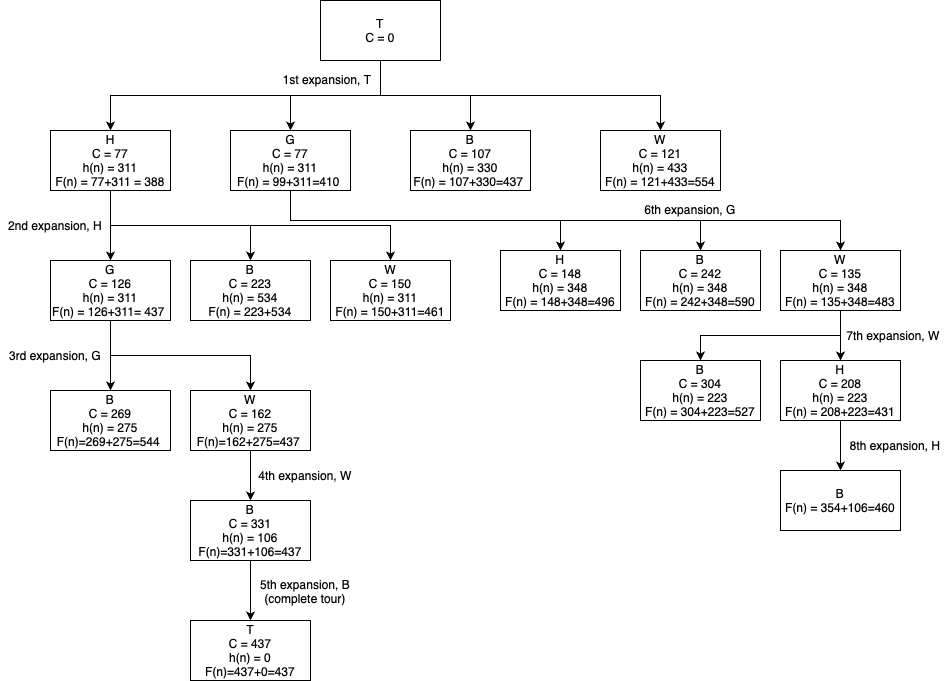
This is CS486-AI/Assignments/Assignment1/submission/diagrams/Assignment2Qe.png from sngamos/UWaterloo_Winter, a draw.io export, as it was before one commit. Source tidied: cells renumbered, new cells last; positions are measured from the earlier drawing's top-left corner, leaving out a move shared by most shapes. The source it was exported from:
```xml
<mxGraphModel>
  <root>
    <mxCell id="0" />
    <mxCell id="1" parent="0" />
    <mxCell id="2" style="edgeStyle=orthogonalEdgeStyle;rounded=0;jettySize=auto;html=1;exitX=0.5;exitY=1;exitDx=0;exitDy=0;entryX=0.5;entryY=0;entryDx=0;entryDy=0;" parent="1" edge="1" source="6" target="10">
      <mxGeometry relative="1" as="geometry" />
    </mxCell>
    <mxCell id="3" style="edgeStyle=orthogonalEdgeStyle;rounded=0;jettySize=auto;html=1;exitX=0.5;exitY=1;exitDx=0;exitDy=0;entryX=0.5;entryY=0;entryDx=0;entryDy=0;" parent="1" edge="1" source="6" target="14">
      <mxGeometry relative="1" as="geometry" />
    </mxCell>
    <mxCell id="4" style="edgeStyle=orthogonalEdgeStyle;rounded=0;jettySize=auto;html=1;exitX=0.5;exitY=1;exitDx=0;exitDy=0;" parent="1" edge="1" source="6" target="15">
      <mxGeometry relative="1" as="geometry" />
    </mxCell>
    <mxCell id="5" style="edgeStyle=orthogonalEdgeStyle;rounded=0;jettySize=auto;html=1;exitX=0.5;exitY=1;exitDx=0;exitDy=0;entryX=0.5;entryY=0;entryDx=0;entryDy=0;" parent="1" edge="1" source="6" target="16">
      <mxGeometry relative="1" as="geometry" />
    </mxCell>
    <mxCell id="6" value="T&lt;div&gt;C = 0&lt;/div&gt;" style="rounded=0;whiteSpace=wrap;html=1;" parent="1" vertex="1">
      <mxGeometry x="320" width="120" height="60" as="geometry" />
    </mxCell>
    <mxCell id="7" style="edgeStyle=orthogonalEdgeStyle;rounded=0;jettySize=auto;html=1;exitX=0.5;exitY=1;exitDx=0;exitDy=0;" parent="1" edge="1" source="10" target="20">
      <mxGeometry relative="1" as="geometry" />
    </mxCell>
    <mxCell id="8" style="edgeStyle=orthogonalEdgeStyle;rounded=0;jettySize=auto;html=1;exitX=0.5;exitY=1;exitDx=0;exitDy=0;" parent="1" edge="1" source="10" target="21">
      <mxGeometry relative="1" as="geometry" />
    </mxCell>
    <mxCell id="9" style="edgeStyle=orthogonalEdgeStyle;rounded=0;jettySize=auto;html=1;exitX=0.5;exitY=1;exitDx=0;exitDy=0;" parent="1" edge="1" source="10" target="22">
      <mxGeometry relative="1" as="geometry" />
    </mxCell>
    <mxCell id="10" value="H&lt;div&gt;C = 77&lt;/div&gt;&lt;div&gt;h(n) = 311&lt;br&gt;&lt;div&gt;F(n) = 77+311 = 388&lt;/div&gt;&lt;/div&gt;" style="rounded=0;whiteSpace=wrap;html=1;" parent="1" vertex="1">
      <mxGeometry x="50" y="130" width="120" height="60" as="geometry" />
    </mxCell>
    <mxCell id="11" style="edgeStyle=orthogonalEdgeStyle;rounded=0;jettySize=auto;html=1;exitX=0.5;exitY=1;exitDx=0;exitDy=0;entryX=0.5;entryY=0;entryDx=0;entryDy=0;" parent="1" edge="1" source="14" target="33">
      <mxGeometry relative="1" as="geometry" />
    </mxCell>
    <mxCell id="12" style="edgeStyle=orthogonalEdgeStyle;rounded=0;jettySize=auto;html=1;exitX=0.5;exitY=1;exitDx=0;exitDy=0;entryX=0.5;entryY=0;entryDx=0;entryDy=0;" parent="1" edge="1" source="14" target="35">
      <mxGeometry relative="1" as="geometry" />
    </mxCell>
    <mxCell id="13" style="edgeStyle=orthogonalEdgeStyle;rounded=0;jettySize=auto;html=1;exitX=0.5;exitY=1;exitDx=0;exitDy=0;entryX=0.5;entryY=0;entryDx=0;entryDy=0;" parent="1" edge="1" source="14" target="38">
      <mxGeometry relative="1" as="geometry" />
    </mxCell>
    <mxCell id="14" value="G&lt;div&gt;C = 77&lt;/div&gt;&lt;div&gt;h(n) = 311&lt;br&gt;&lt;div&gt;F(n) = 99+311=410&amp;nbsp;&lt;/div&gt;&lt;/div&gt;" style="rounded=0;whiteSpace=wrap;html=1;" parent="1" vertex="1">
      <mxGeometry x="230" y="130" width="120" height="60" as="geometry" />
    </mxCell>
    <mxCell id="15" value="B&lt;div&gt;C = 107&lt;/div&gt;&lt;div&gt;h(n) = 330&lt;br&gt;&lt;div&gt;F(n) = 107+330=437&amp;nbsp;&lt;/div&gt;&lt;/div&gt;" style="rounded=0;whiteSpace=wrap;html=1;" parent="1" vertex="1">
      <mxGeometry x="410" y="130" width="120" height="60" as="geometry" />
    </mxCell>
    <mxCell id="16" value="W&lt;div&gt;C = 121&lt;/div&gt;&lt;div&gt;h(n) = 433&lt;br&gt;&lt;div&gt;F(n) = 121+433=554&lt;/div&gt;&lt;/div&gt;" style="rounded=0;whiteSpace=wrap;html=1;" parent="1" vertex="1">
      <mxGeometry x="600" y="130" width="120" height="60" as="geometry" />
    </mxCell>
    <mxCell id="17" value="1st expansion, T" style="text;html=1;align=center;verticalAlign=middle;whiteSpace=wrap;rounded=0;" parent="1" vertex="1">
      <mxGeometry x="272" y="64" width="110" height="30" as="geometry" />
    </mxCell>
    <mxCell id="18" style="edgeStyle=orthogonalEdgeStyle;rounded=0;jettySize=auto;html=1;exitX=0.5;exitY=1;exitDx=0;exitDy=0;entryX=0.5;entryY=0;entryDx=0;entryDy=0;" parent="1" edge="1" source="20" target="24">
      <mxGeometry relative="1" as="geometry" />
    </mxCell>
    <mxCell id="19" style="edgeStyle=orthogonalEdgeStyle;rounded=0;jettySize=auto;html=1;exitX=0.5;exitY=1;exitDx=0;exitDy=0;" parent="1" edge="1" source="20" target="27">
      <mxGeometry relative="1" as="geometry" />
    </mxCell>
    <mxCell id="20" value="G&lt;div&gt;C = 126&lt;/div&gt;&lt;div&gt;h(n) = 311&lt;br&gt;&lt;div&gt;F(n) = 126+311&lt;span style=&quot;white-space: pre;&quot;&gt;= 437 &lt;/span&gt;&lt;/div&gt;&lt;/div&gt;" style="rounded=0;whiteSpace=wrap;html=1;" parent="1" vertex="1">
      <mxGeometry x="50" y="260" width="120" height="60" as="geometry" />
    </mxCell>
    <mxCell id="21" value="B&lt;div&gt;C = 223&lt;/div&gt;&lt;div&gt;h(n) = 534&lt;br&gt;&lt;div&gt;F(n) = 223+534&lt;/div&gt;&lt;/div&gt;" style="rounded=0;whiteSpace=wrap;html=1;" parent="1" vertex="1">
      <mxGeometry x="190" y="260" width="120" height="60" as="geometry" />
    </mxCell>
    <mxCell id="22" value="W&lt;div&gt;C = 150&lt;/div&gt;&lt;div&gt;h(n) = 311&lt;br&gt;&lt;div&gt;F(n) = 150+311=461&lt;/div&gt;&lt;/div&gt;" style="rounded=0;whiteSpace=wrap;html=1;" parent="1" vertex="1">
      <mxGeometry x="330" y="260" width="120" height="60" as="geometry" />
    </mxCell>
    <mxCell id="23" value="2nd expansion, H" style="text;html=1;align=center;verticalAlign=middle;whiteSpace=wrap;rounded=0;" parent="1" vertex="1">
      <mxGeometry y="210" width="110" height="30" as="geometry" />
    </mxCell>
    <mxCell id="24" value="B&lt;div&gt;C = 269&lt;/div&gt;&lt;div&gt;h(n) = 275&lt;br&gt;&lt;div&gt;F(n)=269+275=544&amp;nbsp;&lt;/div&gt;&lt;/div&gt;" style="rounded=0;whiteSpace=wrap;html=1;" parent="1" vertex="1">
      <mxGeometry x="50" y="390" width="120" height="60" as="geometry" />
    </mxCell>
    <mxCell id="25" value="3rd expansion, G" style="text;html=1;align=center;verticalAlign=middle;whiteSpace=wrap;rounded=0;" parent="1" vertex="1">
      <mxGeometry y="340" width="110" height="30" as="geometry" />
    </mxCell>
    <mxCell id="26" style="edgeStyle=orthogonalEdgeStyle;rounded=0;jettySize=auto;html=1;exitX=0.5;exitY=1;exitDx=0;exitDy=0;entryX=0.5;entryY=0;entryDx=0;entryDy=0;" parent="1" edge="1" source="27" target="29">
      <mxGeometry relative="1" as="geometry" />
    </mxCell>
    <mxCell id="27" value="W&lt;div&gt;C = 162&lt;/div&gt;&lt;div&gt;h(n) = 275&lt;br&gt;&lt;div&gt;F(n)=162+275=437&amp;nbsp;&lt;/div&gt;&lt;/div&gt;" style="rounded=0;whiteSpace=wrap;html=1;" parent="1" vertex="1">
      <mxGeometry x="190" y="390" width="120" height="60" as="geometry" />
    </mxCell>
    <mxCell id="28" style="edgeStyle=orthogonalEdgeStyle;rounded=0;jettySize=auto;html=1;exitX=0.5;exitY=1;exitDx=0;exitDy=0;entryX=0.5;entryY=0;entryDx=0;entryDy=0;" parent="1" edge="1" source="29" target="31">
      <mxGeometry relative="1" as="geometry" />
    </mxCell>
    <mxCell id="29" value="B&lt;div&gt;C = 331&lt;/div&gt;&lt;div&gt;h(n) = 106&lt;br&gt;&lt;/div&gt;&lt;div&gt;&lt;div&gt;F(n)=331+106=437&lt;/div&gt;&lt;/div&gt;" style="rounded=0;whiteSpace=wrap;html=1;" parent="1" vertex="1">
      <mxGeometry x="190" y="500" width="120" height="60" as="geometry" />
    </mxCell>
    <mxCell id="30" value="4th expansion, W" style="text;html=1;align=center;verticalAlign=middle;whiteSpace=wrap;rounded=0;" parent="1" vertex="1">
      <mxGeometry x="250" y="460" width="110" height="30" as="geometry" />
    </mxCell>
    <mxCell id="31" value="T&lt;div&gt;C = 437&lt;/div&gt;&lt;div&gt;h(n) = 0&lt;br&gt;&lt;div&gt;F(n)=437+0=437&lt;/div&gt;&lt;/div&gt;" style="rounded=0;whiteSpace=wrap;html=1;" parent="1" vertex="1">
      <mxGeometry x="190" y="620" width="120" height="60" as="geometry" />
    </mxCell>
    <mxCell id="32" value="5th expansion, B&lt;div&gt;(complete tour)&lt;/div&gt;" style="text;html=1;align=center;verticalAlign=middle;whiteSpace=wrap;rounded=0;" parent="1" vertex="1">
      <mxGeometry x="250" y="576" width="110" height="30" as="geometry" />
    </mxCell>
    <mxCell id="33" value="H&lt;div&gt;C = 148&lt;/div&gt;&lt;div&gt;h(n) = 348&lt;br&gt;&lt;div&gt;F(n) = 148+348=496&lt;/div&gt;&lt;/div&gt;" style="rounded=0;whiteSpace=wrap;html=1;" parent="1" vertex="1">
      <mxGeometry x="500" y="250" width="120" height="60" as="geometry" />
    </mxCell>
    <mxCell id="34" value="6th expansion, G" style="text;html=1;align=center;verticalAlign=middle;whiteSpace=wrap;rounded=0;" parent="1" vertex="1">
      <mxGeometry x="640" y="194" width="100" height="30" as="geometry" />
    </mxCell>
    <mxCell id="35" value="B&lt;div&gt;C = 242&lt;/div&gt;&lt;div&gt;h(n) = 348&lt;br&gt;&lt;div&gt;&lt;span style=&quot;white-space: pre;&quot;&gt;F(n) = 242+348=590&lt;/span&gt;&lt;/div&gt;&lt;/div&gt;" style="rounded=0;whiteSpace=wrap;html=1;" parent="1" vertex="1">
      <mxGeometry x="640" y="250" width="120" height="60" as="geometry" />
    </mxCell>
    <mxCell id="36" style="edgeStyle=orthogonalEdgeStyle;rounded=0;jettySize=auto;html=1;exitX=0.5;exitY=1;exitDx=0;exitDy=0;entryX=0.5;entryY=0;entryDx=0;entryDy=0;" parent="1" edge="1" source="38" target="40">
      <mxGeometry relative="1" as="geometry" />
    </mxCell>
    <mxCell id="37" style="edgeStyle=orthogonalEdgeStyle;rounded=0;jettySize=auto;html=1;exitX=0.5;exitY=1;exitDx=0;exitDy=0;entryX=0.5;entryY=0;entryDx=0;entryDy=0;" parent="1" edge="1" source="38" target="41">
      <mxGeometry relative="1" as="geometry" />
    </mxCell>
    <mxCell id="38" value="W&lt;div&gt;C = 135&lt;/div&gt;&lt;div&gt;h(n) = 348&lt;br&gt;&lt;div&gt;F(n) = 135+348=483&lt;/div&gt;&lt;/div&gt;" style="rounded=0;whiteSpace=wrap;html=1;" parent="1" vertex="1">
      <mxGeometry x="780" y="250" width="120" height="60" as="geometry" />
    </mxCell>
    <mxCell id="39" style="edgeStyle=orthogonalEdgeStyle;rounded=0;jettySize=auto;html=1;exitX=0.5;exitY=1;exitDx=0;exitDy=0;entryX=0.5;entryY=0;entryDx=0;entryDy=0;" parent="1" edge="1" source="40" target="43">
      <mxGeometry relative="1" as="geometry" />
    </mxCell>
    <mxCell id="40" value="H&lt;div&gt;C = 208&lt;/div&gt;&lt;div&gt;h(n) = 223&lt;br&gt;&lt;div&gt;F(n) = 208+223=431&lt;/div&gt;&lt;/div&gt;" style="rounded=0;whiteSpace=wrap;html=1;" parent="1" vertex="1">
      <mxGeometry x="780" y="360" width="120" height="60" as="geometry" />
    </mxCell>
    <mxCell id="41" value="B&lt;div&gt;C = 304&lt;/div&gt;&lt;div&gt;h(n) = 223&lt;br&gt;&lt;div&gt;F(n) = 304+223=527&lt;/div&gt;&lt;/div&gt;" style="rounded=0;whiteSpace=wrap;html=1;" parent="1" vertex="1">
      <mxGeometry x="640" y="360" width="120" height="60" as="geometry" />
    </mxCell>
    <mxCell id="42" value="7th expansion, W" style="text;html=1;align=center;verticalAlign=middle;whiteSpace=wrap;rounded=0;" parent="1" vertex="1">
      <mxGeometry x="843" y="320" width="100" height="30" as="geometry" />
    </mxCell>
    <mxCell id="43" value="B&lt;div&gt;F(n) = 354+106=460&lt;/div&gt;" style="rounded=0;whiteSpace=wrap;html=1;" parent="1" vertex="1">
      <mxGeometry x="780" y="470" width="120" height="60" as="geometry" />
    </mxCell>
    <mxCell id="44" value="8th expansion, H" style="text;html=1;align=center;verticalAlign=middle;whiteSpace=wrap;rounded=0;" parent="1" vertex="1">
      <mxGeometry x="844.5" y="430" width="100" height="30" as="geometry" />
    </mxCell>
  </root>
</mxGraphModel>
```
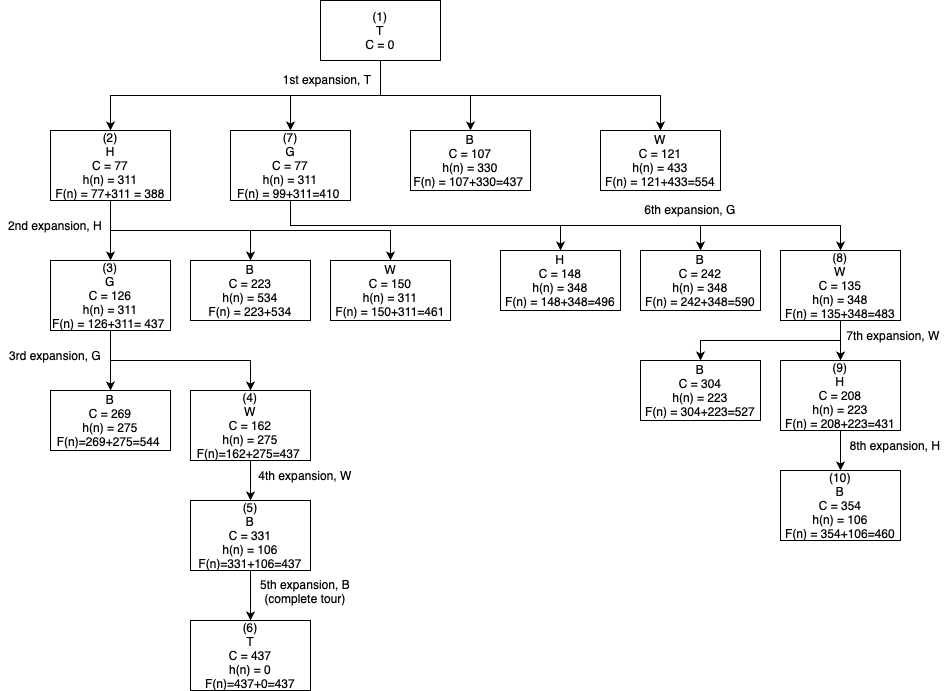
Above is the later version.

Change to the diagram source:
```diff
@@ -14,7 +14,7 @@
     <mxCell id="5" style="edgeStyle=orthogonalEdgeStyle;rounded=0;jettySize=auto;html=1;exitX=0.5;exitY=1;exitDx=0;exitDy=0;entryX=0.5;entryY=0;entryDx=0;entryDy=0;" parent="1" edge="1" source="6" target="16">
       <mxGeometry relative="1" as="geometry" />
     </mxCell>
-    <mxCell id="6" value="T&lt;div&gt;C = 0&lt;/div&gt;" style="rounded=0;whiteSpace=wrap;html=1;" parent="1" vertex="1">
+    <mxCell id="6" value="&lt;div&gt;(1)&lt;/div&gt;T&lt;div&gt;C = 0&lt;/div&gt;" style="rounded=0;whiteSpace=wrap;html=1;" parent="1" vertex="1">
       <mxGeometry x="320" width="120" height="60" as="geometry" />
     </mxCell>
     <mxCell id="7" style="edgeStyle=orthogonalEdgeStyle;rounded=0;jettySize=auto;html=1;exitX=0.5;exitY=1;exitDx=0;exitDy=0;" parent="1" edge="1" source="10" target="20">
@@ -26,8 +26,8 @@
     <mxCell id="9" style="edgeStyle=orthogonalEdgeStyle;rounded=0;jettySize=auto;html=1;exitX=0.5;exitY=1;exitDx=0;exitDy=0;" parent="1" edge="1" source="10" target="22">
       <mxGeometry relative="1" as="geometry" />
     </mxCell>
-    <mxCell id="10" value="H&lt;div&gt;C = 77&lt;/div&gt;&lt;div&gt;h(n) = 311&lt;br&gt;&lt;div&gt;F(n) = 77+311 = 388&lt;/div&gt;&lt;/div&gt;" style="rounded=0;whiteSpace=wrap;html=1;" parent="1" vertex="1">
-      <mxGeometry x="50" y="130" width="120" height="60" as="geometry" />
+    <mxCell id="10" value="&lt;div&gt;(2)&lt;/div&gt;H&lt;div&gt;C = 77&lt;/div&gt;&lt;div&gt;h(n) = 311&lt;br&gt;&lt;div&gt;F(n) = 77+311 = 388&lt;/div&gt;&lt;/div&gt;" style="rounded=0;whiteSpace=wrap;html=1;" parent="1" vertex="1">
+      <mxGeometry x="50" y="130" width="120" height="70" as="geometry" />
     </mxCell>
     <mxCell id="11" style="edgeStyle=orthogonalEdgeStyle;rounded=0;jettySize=auto;html=1;exitX=0.5;exitY=1;exitDx=0;exitDy=0;entryX=0.5;entryY=0;entryDx=0;entryDy=0;" parent="1" edge="1" source="14" target="33">
       <mxGeometry relative="1" as="geometry" />
@@ -38,8 +38,8 @@
     <mxCell id="13" style="edgeStyle=orthogonalEdgeStyle;rounded=0;jettySize=auto;html=1;exitX=0.5;exitY=1;exitDx=0;exitDy=0;entryX=0.5;entryY=0;entryDx=0;entryDy=0;" parent="1" edge="1" source="14" target="38">
       <mxGeometry relative="1" as="geometry" />
     </mxCell>
-    <mxCell id="14" value="G&lt;div&gt;C = 77&lt;/div&gt;&lt;div&gt;h(n) = 311&lt;br&gt;&lt;div&gt;F(n) = 99+311=410&amp;nbsp;&lt;/div&gt;&lt;/div&gt;" style="rounded=0;whiteSpace=wrap;html=1;" parent="1" vertex="1">
-      <mxGeometry x="230" y="130" width="120" height="60" as="geometry" />
+    <mxCell id="14" value="&lt;div&gt;(7)&lt;/div&gt;G&lt;div&gt;C = 77&lt;/div&gt;&lt;div&gt;h(n) = 311&lt;br&gt;&lt;div&gt;F(n) = 99+311=410&amp;nbsp;&lt;/div&gt;&lt;/div&gt;" style="rounded=0;whiteSpace=wrap;html=1;" parent="1" vertex="1">
+      <mxGeometry x="230" y="130" width="120" height="70" as="geometry" />
     </mxCell>
     <mxCell id="15" value="B&lt;div&gt;C = 107&lt;/div&gt;&lt;div&gt;h(n) = 330&lt;br&gt;&lt;div&gt;F(n) = 107+330=437&amp;nbsp;&lt;/div&gt;&lt;/div&gt;" style="rounded=0;whiteSpace=wrap;html=1;" parent="1" vertex="1">
       <mxGeometry x="410" y="130" width="120" height="60" as="geometry" />
@@ -56,8 +56,8 @@
     <mxCell id="19" style="edgeStyle=orthogonalEdgeStyle;rounded=0;jettySize=auto;html=1;exitX=0.5;exitY=1;exitDx=0;exitDy=0;" parent="1" edge="1" source="20" target="27">
       <mxGeometry relative="1" as="geometry" />
     </mxCell>
-    <mxCell id="20" value="G&lt;div&gt;C = 126&lt;/div&gt;&lt;div&gt;h(n) = 311&lt;br&gt;&lt;div&gt;F(n) = 126+311&lt;span style=&quot;white-space: pre;&quot;&gt;= 437 &lt;/span&gt;&lt;/div&gt;&lt;/div&gt;" style="rounded=0;whiteSpace=wrap;html=1;" parent="1" vertex="1">
-      <mxGeometry x="50" y="260" width="120" height="60" as="geometry" />
+    <mxCell id="20" value="&lt;div&gt;(3)&lt;/div&gt;G&lt;div&gt;C = 126&lt;/div&gt;&lt;div&gt;h(n) = 311&lt;br&gt;&lt;div&gt;F(n) = 126+311&lt;span style=&quot;white-space: pre;&quot;&gt;= 437 &lt;/span&gt;&lt;/div&gt;&lt;/div&gt;" style="rounded=0;whiteSpace=wrap;html=1;" parent="1" vertex="1">
+      <mxGeometry x="50" y="260" width="120" height="70" as="geometry" />
     </mxCell>
     <mxCell id="21" value="B&lt;div&gt;C = 223&lt;/div&gt;&lt;div&gt;h(n) = 534&lt;br&gt;&lt;div&gt;F(n) = 223+534&lt;/div&gt;&lt;/div&gt;" style="rounded=0;whiteSpace=wrap;html=1;" parent="1" vertex="1">
       <mxGeometry x="190" y="260" width="120" height="60" as="geometry" />
@@ -77,20 +77,20 @@
     <mxCell id="26" style="edgeStyle=orthogonalEdgeStyle;rounded=0;jettySize=auto;html=1;exitX=0.5;exitY=1;exitDx=0;exitDy=0;entryX=0.5;entryY=0;entryDx=0;entryDy=0;" parent="1" edge="1" source="27" target="29">
       <mxGeometry relative="1" as="geometry" />
     </mxCell>
-    <mxCell id="27" value="W&lt;div&gt;C = 162&lt;/div&gt;&lt;div&gt;h(n) = 275&lt;br&gt;&lt;div&gt;F(n)=162+275=437&amp;nbsp;&lt;/div&gt;&lt;/div&gt;" style="rounded=0;whiteSpace=wrap;html=1;" parent="1" vertex="1">
-      <mxGeometry x="190" y="390" width="120" height="60" as="geometry" />
+    <mxCell id="27" value="&lt;div&gt;(4)&lt;/div&gt;W&lt;div&gt;C = 162&lt;/div&gt;&lt;div&gt;h(n) = 275&lt;br&gt;&lt;div&gt;F(n)=162+275=437&amp;nbsp;&lt;/div&gt;&lt;/div&gt;" style="rounded=0;whiteSpace=wrap;html=1;" parent="1" vertex="1">
+      <mxGeometry x="190" y="390" width="120" height="70" as="geometry" />
     </mxCell>
     <mxCell id="28" style="edgeStyle=orthogonalEdgeStyle;rounded=0;jettySize=auto;html=1;exitX=0.5;exitY=1;exitDx=0;exitDy=0;entryX=0.5;entryY=0;entryDx=0;entryDy=0;" parent="1" edge="1" source="29" target="31">
       <mxGeometry relative="1" as="geometry" />
     </mxCell>
-    <mxCell id="29" value="B&lt;div&gt;C = 331&lt;/div&gt;&lt;div&gt;h(n) = 106&lt;br&gt;&lt;/div&gt;&lt;div&gt;&lt;div&gt;F(n)=331+106=437&lt;/div&gt;&lt;/div&gt;" style="rounded=0;whiteSpace=wrap;html=1;" parent="1" vertex="1">
-      <mxGeometry x="190" y="500" width="120" height="60" as="geometry" />
+    <mxCell id="29" value="&lt;div&gt;(5)&lt;/div&gt;B&lt;div&gt;C = 331&lt;/div&gt;&lt;div&gt;h(n) = 106&lt;br&gt;&lt;/div&gt;&lt;div&gt;&lt;div&gt;F(n)=331+106=437&lt;/div&gt;&lt;/div&gt;" style="rounded=0;whiteSpace=wrap;html=1;" parent="1" vertex="1">
+      <mxGeometry x="190" y="500" width="120" height="70" as="geometry" />
     </mxCell>
     <mxCell id="30" value="4th expansion, W" style="text;html=1;align=center;verticalAlign=middle;whiteSpace=wrap;rounded=0;" parent="1" vertex="1">
       <mxGeometry x="250" y="460" width="110" height="30" as="geometry" />
     </mxCell>
-    <mxCell id="31" value="T&lt;div&gt;C = 437&lt;/div&gt;&lt;div&gt;h(n) = 0&lt;br&gt;&lt;div&gt;F(n)=437+0=437&lt;/div&gt;&lt;/div&gt;" style="rounded=0;whiteSpace=wrap;html=1;" parent="1" vertex="1">
-      <mxGeometry x="190" y="620" width="120" height="60" as="geometry" />
+    <mxCell id="31" value="&lt;div&gt;(6)&lt;/div&gt;T&lt;div&gt;C = 437&lt;/div&gt;&lt;div&gt;h(n) = 0&lt;br&gt;&lt;div&gt;F(n)=437+0=437&lt;/div&gt;&lt;/div&gt;" style="rounded=0;whiteSpace=wrap;html=1;" parent="1" vertex="1">
+      <mxGeometry x="190" y="620" width="120" height="70" as="geometry" />
     </mxCell>
     <mxCell id="32" value="5th expansion, B&lt;div&gt;(complete tour)&lt;/div&gt;" style="text;html=1;align=center;verticalAlign=middle;whiteSpace=wrap;rounded=0;" parent="1" vertex="1">
       <mxGeometry x="250" y="576" width="110" height="30" as="geometry" />
@@ -110,14 +110,14 @@
     <mxCell id="37" style="edgeStyle=orthogonalEdgeStyle;rounded=0;jettySize=auto;html=1;exitX=0.5;exitY=1;exitDx=0;exitDy=0;entryX=0.5;entryY=0;entryDx=0;entryDy=0;" parent="1" edge="1" source="38" target="41">
       <mxGeometry relative="1" as="geometry" />
     </mxCell>
-    <mxCell id="38" value="W&lt;div&gt;C = 135&lt;/div&gt;&lt;div&gt;h(n) = 348&lt;br&gt;&lt;div&gt;F(n) = 135+348=483&lt;/div&gt;&lt;/div&gt;" style="rounded=0;whiteSpace=wrap;html=1;" parent="1" vertex="1">
-      <mxGeometry x="780" y="250" width="120" height="60" as="geometry" />
+    <mxCell id="38" value="&lt;div&gt;(8)&lt;/div&gt;W&lt;div&gt;C = 135&lt;/div&gt;&lt;div&gt;h(n) = 348&lt;br&gt;&lt;div&gt;F(n) = 135+348=483&lt;/div&gt;&lt;/div&gt;" style="rounded=0;whiteSpace=wrap;html=1;" parent="1" vertex="1">
+      <mxGeometry x="780" y="250" width="120" height="70" as="geometry" />
     </mxCell>
     <mxCell id="39" style="edgeStyle=orthogonalEdgeStyle;rounded=0;jettySize=auto;html=1;exitX=0.5;exitY=1;exitDx=0;exitDy=0;entryX=0.5;entryY=0;entryDx=0;entryDy=0;" parent="1" edge="1" source="40" target="43">
       <mxGeometry relative="1" as="geometry" />
     </mxCell>
-    <mxCell id="40" value="H&lt;div&gt;C = 208&lt;/div&gt;&lt;div&gt;h(n) = 223&lt;br&gt;&lt;div&gt;F(n) = 208+223=431&lt;/div&gt;&lt;/div&gt;" style="rounded=0;whiteSpace=wrap;html=1;" parent="1" vertex="1">
-      <mxGeometry x="780" y="360" width="120" height="60" as="geometry" />
+    <mxCell id="40" value="&lt;div&gt;(9)&lt;/div&gt;H&lt;div&gt;C = 208&lt;/div&gt;&lt;div&gt;h(n) = 223&lt;br&gt;&lt;div&gt;F(n) = 208+223=431&lt;/div&gt;&lt;/div&gt;" style="rounded=0;whiteSpace=wrap;html=1;" parent="1" vertex="1">
+      <mxGeometry x="780" y="360" width="120" height="70" as="geometry" />
     </mxCell>
     <mxCell id="41" value="B&lt;div&gt;C = 304&lt;/div&gt;&lt;div&gt;h(n) = 223&lt;br&gt;&lt;div&gt;F(n) = 304+223=527&lt;/div&gt;&lt;/div&gt;" style="rounded=0;whiteSpace=wrap;html=1;" parent="1" vertex="1">
       <mxGeometry x="640" y="360" width="120" height="60" as="geometry" />
@@ -125,8 +125,8 @@
     <mxCell id="42" value="7th expansion, W" style="text;html=1;align=center;verticalAlign=middle;whiteSpace=wrap;rounded=0;" parent="1" vertex="1">
       <mxGeometry x="843" y="320" width="100" height="30" as="geometry" />
     </mxCell>
-    <mxCell id="43" value="B&lt;div&gt;F(n) = 354+106=460&lt;/div&gt;" style="rounded=0;whiteSpace=wrap;html=1;" parent="1" vertex="1">
-      <mxGeometry x="780" y="470" width="120" height="60" as="geometry" />
+    <mxCell id="43" value="&lt;div&gt;(10)&lt;/div&gt;B&lt;div&gt;C = 354&lt;/div&gt;&lt;div&gt;h(n) = 106&lt;br&gt;&lt;div&gt;F(n) = 354+106=460&lt;/div&gt;&lt;/div&gt;" style="rounded=0;whiteSpace=wrap;html=1;" parent="1" vertex="1">
+      <mxGeometry x="780" y="470" width="120" height="70" as="geometry" />
     </mxCell>
     <mxCell id="44" value="8th expansion, H" style="text;html=1;align=center;verticalAlign=middle;whiteSpace=wrap;rounded=0;" parent="1" vertex="1">
       <mxGeometry x="844.5" y="430" width="100" height="30" as="geometry" />
```
